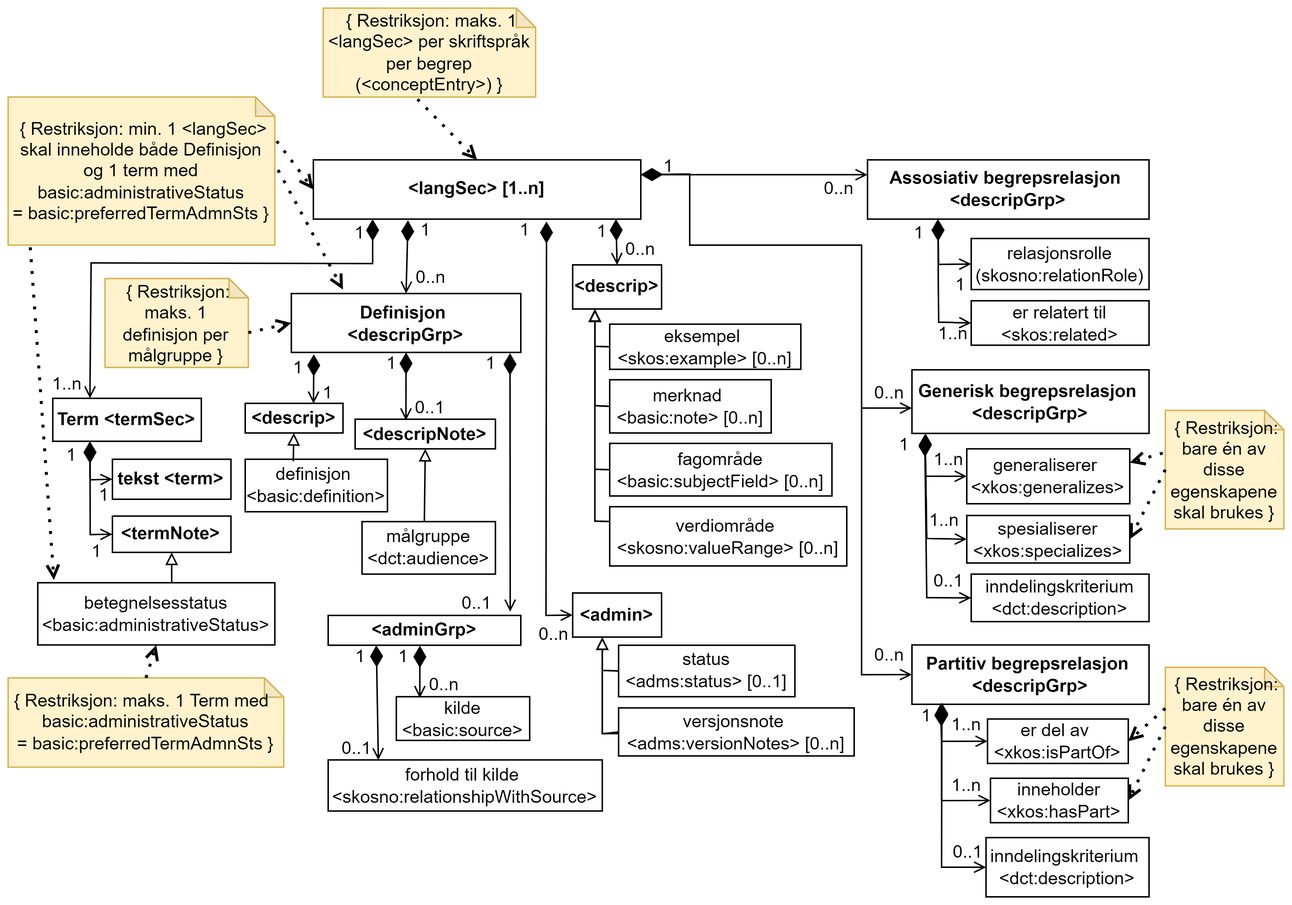
Earlier version of the draw.io export docs/images/TBX-AP-NO_langSec.png (Informasjonsforvaltning/tbx-ap-no). Source tidied: cells renumbered, new cells last; positions are measured from the earlier drawing's top-left corner, leaving out a move shared by most shapes.
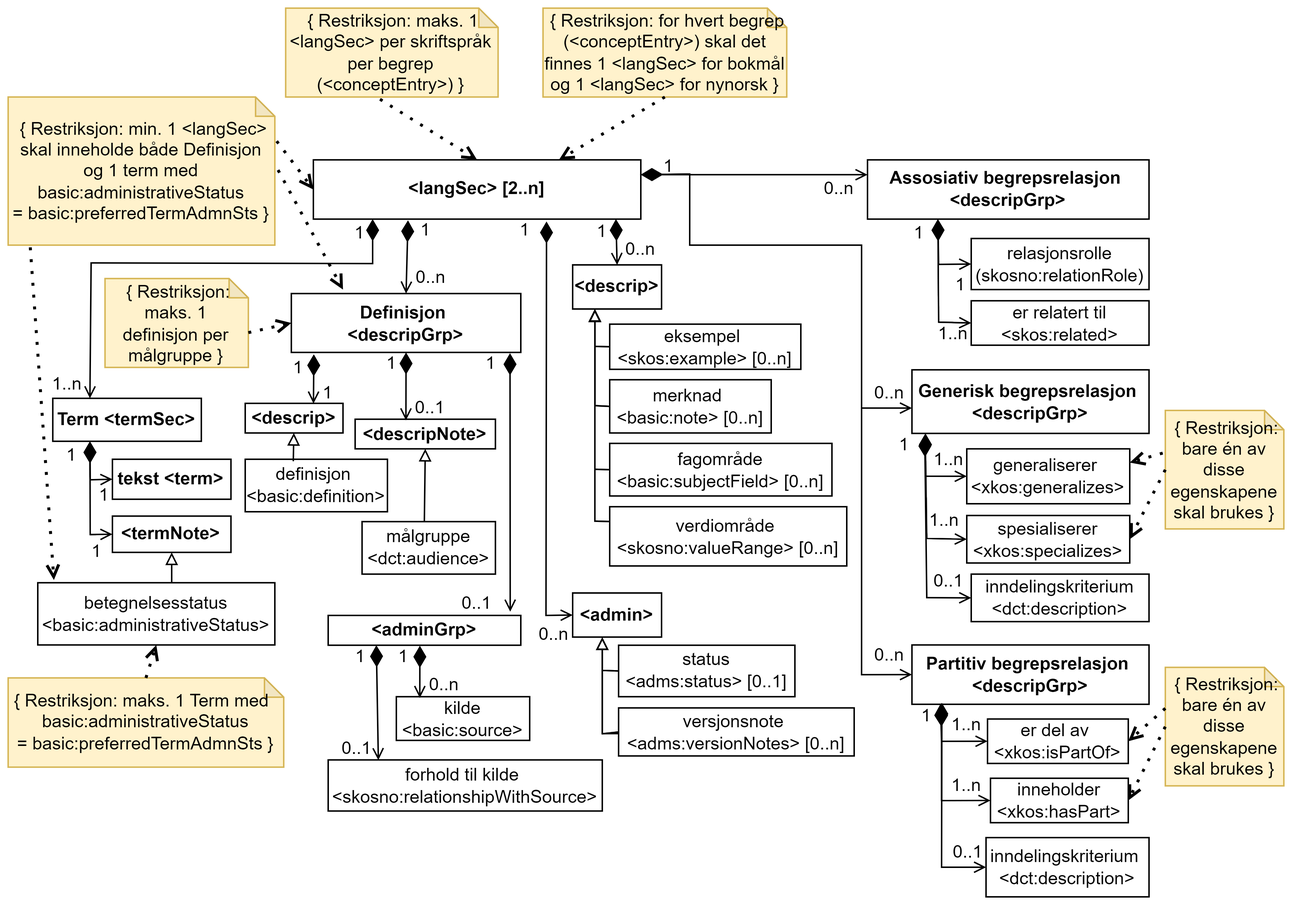
The same diagram one commit later.

Commit message:
Oppdaterer figuren for langSec

Change to the diagram source:
```diff
@@ -2,7 +2,7 @@
   <root>
     <mxCell id="0" />
     <mxCell id="1" parent="0" />
-    <mxCell id="2" value="&lt;b style=&quot;&quot;&gt;&amp;lt;langSec&amp;gt; [1..n]&lt;/b&gt;" style="rounded=0;whiteSpace=wrap;html=1;" parent="1" vertex="1">
+    <mxCell id="2" value="&lt;b style=&quot;&quot;&gt;&amp;lt;langSec&amp;gt; [2..n]&lt;/b&gt;" style="rounded=0;whiteSpace=wrap;html=1;" parent="1" vertex="1">
       <mxGeometry x="206" y="102.4" width="221" height="40" as="geometry" />
     </mxCell>
     <mxCell id="3" value="&lt;b style=&quot;&quot;&gt;Term &amp;lt;termSec&amp;gt;&lt;/b&gt;" style="rounded=0;whiteSpace=wrap;html=1;align=center;" parent="1" vertex="1">
@@ -443,7 +443,7 @@
       <mxGeometry relative="1" as="geometry" />
     </mxCell>
     <mxCell id="104" value="&amp;nbsp;{ Restriksjon: maks. 1 &amp;lt;langSec&amp;gt; per skriftspråk per begrep (&amp;lt;conceptEntry&amp;gt;)&lt;span style=&quot;background-color: initial;&quot;&gt;&amp;nbsp;&lt;/span&gt;}" style="shape=note;whiteSpace=wrap;html=1;backgroundOutline=1;darkOpacity=0.05;size=13;fillColor=#fff2cc;strokeColor=#d6b656;" parent="1" vertex="1">
-      <mxGeometry x="212.6" width="143.4" height="60" as="geometry" />
+      <mxGeometry x="187.3" width="143.4" height="60" as="geometry" />
     </mxCell>
     <mxCell id="105" style="endArrow=open;dashed=1;html=1;dashPattern=1 3;strokeWidth=2;rounded=0;entryX=0.5;entryY=0;entryDx=0;entryDy=0;exitX=0.444;exitY=1.025;exitDx=0;exitDy=0;exitPerimeter=0;endFill=0;" parent="1" edge="1" source="104" target="2">
       <mxGeometry relative="1" as="geometry" />
@@ -505,5 +505,11 @@
     <mxCell id="124" style="endArrow=open;dashed=1;html=1;dashPattern=1 3;strokeWidth=2;rounded=0;exitX=0;exitY=0;exitDx=96.74;exitDy=36.5;exitPerimeter=0;entryX=0;entryY=0.5;entryDx=0;entryDy=0;endFill=0;" parent="1" edge="1" source="123" target="79">
       <mxGeometry relative="1" as="geometry" />
     </mxCell>
+    <mxCell id="125" value="&amp;nbsp;{ Restriksjon: for hvert begrep (&amp;lt;conceptEntry&amp;gt;) skal det finnes 1 &amp;lt;langSec&amp;gt; for bokmål og 1 &amp;lt;langSec&amp;gt; for nynorsk&lt;span style=&quot;background-color: initial;&quot;&gt;&amp;nbsp;&lt;/span&gt;}" style="shape=note;whiteSpace=wrap;html=1;backgroundOutline=1;darkOpacity=0.05;size=13;fillColor=#fff2cc;strokeColor=#d6b656;" parent="1" vertex="1">
+      <mxGeometry x="361" width="164.5" height="60" as="geometry" />
+    </mxCell>
+    <mxCell id="126" style="endArrow=open;dashed=1;html=1;dashPattern=1 3;strokeWidth=2;rounded=0;entryX=0.75;entryY=0;entryDx=0;entryDy=0;exitX=0.5;exitY=1;exitDx=0;exitDy=0;exitPerimeter=0;endFill=0;" parent="1" edge="1" source="125" target="2">
+      <mxGeometry relative="1" as="geometry" />
+    </mxCell>
   </root>
 </mxGraphModel>
```
